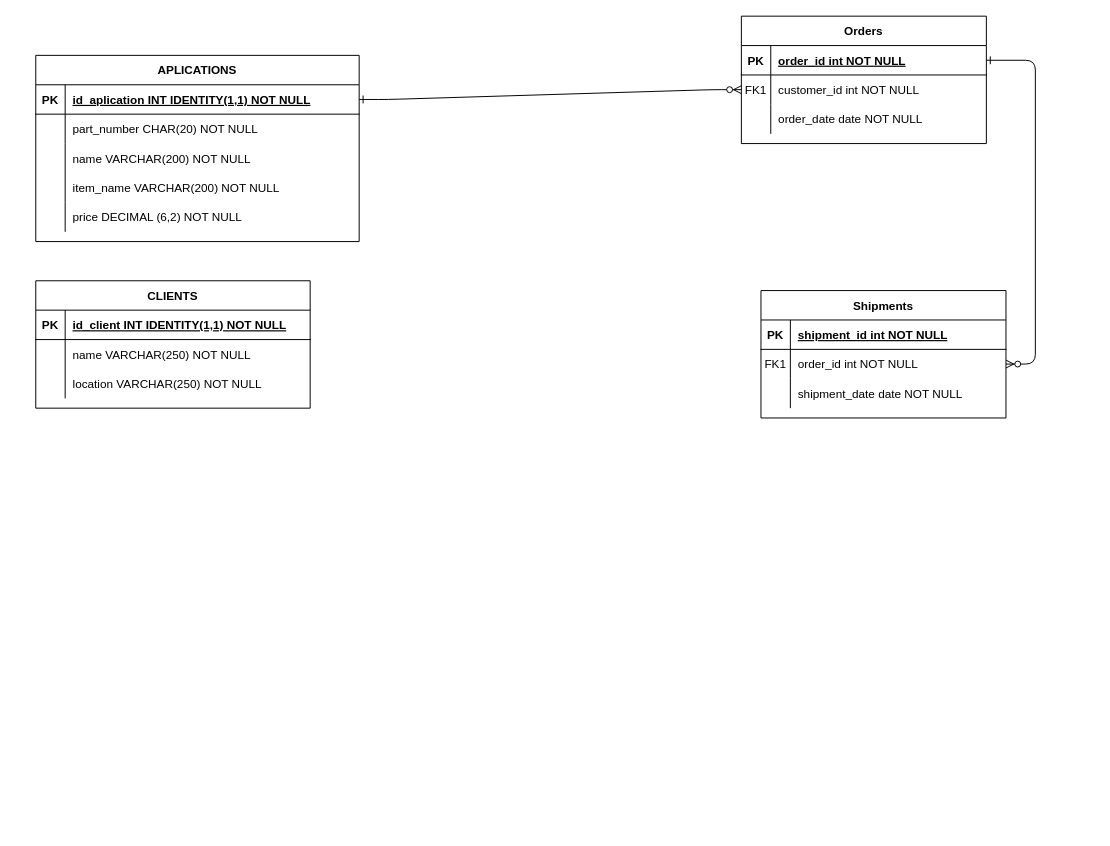
This is Diagram bez tytułu.drawio from Rascalele/Program_do_rozliczania_faktur, a draw.io file, before an edit. Source tidied: cells renumbered, new cells numbered last; positions are measured from the earlier drawing's top-left corner, leaving out a move shared by most shapes. Both pictures are drawn from the tidied source at 98%, with x=0, y=0 at pixel (35, 16).
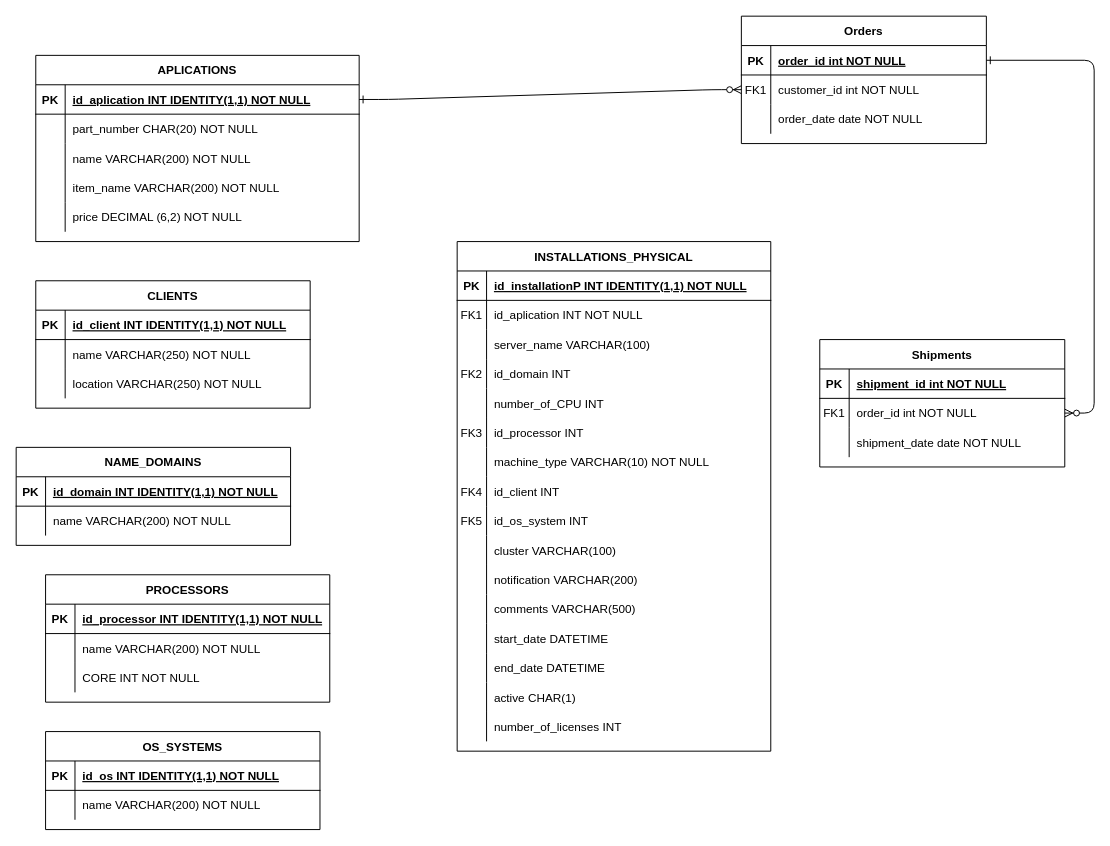
The same page after the edit.

What changed in the source:
```diff
@@
     <mxCell id="14" value="Shipments" style="shape=table;startSize=30;childLayout=tableLayout;rowLines=0;fontStyle=1;align=center;" parent="1" vertex="1">
-      <mxGeometry x="740" y="280" width="250" height="130" as="geometry" />
+      <mxGeometry x="800" y="330" width="250" height="130" as="geometry" />
     </mxCell>
@@
+    <mxCell id="50" value="NAME_DOMAINS" style="shape=table;startSize=30;childLayout=tableLayout;rowLines=0;fontStyle=1;align=center;" parent="1" vertex="1">
+      <mxGeometry x="-20" y="440" width="280" height="100" as="geometry" />
+    </mxCell>
+    <mxCell id="51" style="shape=partialRectangle;fillColor=none;top=0;left=0;right=0;bottom=1;" parent="50" vertex="1">
+      <mxGeometry y="30" width="280" height="30" as="geometry" />
+    </mxCell>
+    <mxCell id="52" value="PK" style="shape=partialRectangle;overflow=hidden;fillColor=none;top=0;left=0;bottom=0;right=0;fontStyle=1;" parent="51" vertex="1">
+      <mxGeometry width="30" height="30" as="geometry" />
+    </mxCell>
+    <mxCell id="53" value="id_domain INT IDENTITY(1,1) NOT NULL " style="shape=partialRectangle;overflow=hidden;fillColor=none;top=0;left=0;bottom=0;right=0;align=left;spacingLeft=6;fontStyle=5;" parent="51" vertex="1">
+      <mxGeometry x="30" width="250" height="30" as="geometry" />
+    </mxCell>
+    <mxCell id="54" style="shape=partialRectangle;fillColor=none;top=0;left=0;right=0;bottom=0;" parent="50" vertex="1">
+      <mxGeometry y="60" width="280" height="30" as="geometry" />
+    </mxCell>
+    <mxCell id="55" style="shape=partialRectangle;overflow=hidden;fillColor=none;top=0;left=0;bottom=0;right=0;" parent="54" vertex="1">
+      <mxGeometry width="30" height="30" as="geometry" />
+    </mxCell>
+    <mxCell id="56" value="name VARCHAR(200) NOT NULL" style="shape=partialRectangle;overflow=hidden;fillColor=none;top=0;left=0;bottom=0;right=0;align=left;spacingLeft=6;" parent="54" vertex="1">
+      <mxGeometry x="30" width="250" height="30" as="geometry" />
+    </mxCell>
+    <mxCell id="57" value="PROCESSORS" style="shape=table;startSize=30;childLayout=tableLayout;rowLines=0;fontStyle=1;align=center;" parent="1" vertex="1">
+      <mxGeometry x="10" y="570" width="290" height="130" as="geometry" />
+    </mxCell>
+    <mxCell id="58" style="shape=partialRectangle;fillColor=none;top=0;left=0;right=0;bottom=1;" parent="57" vertex="1">
+      <mxGeometry y="30" width="290" height="30" as="geometry" />
+    </mxCell>
+    <mxCell id="59" value="PK" style="shape=partialRectangle;overflow=hidden;fillColor=none;top=0;left=0;bottom=0;right=0;fontStyle=1;" parent="58" vertex="1">
+      <mxGeometry width="30" height="30" as="geometry" />
+    </mxCell>
+    <mxCell id="60" value="id_processor INT IDENTITY(1,1) NOT NULL " style="shape=partialRectangle;overflow=hidden;fillColor=none;top=0;left=0;bottom=0;right=0;align=left;spacingLeft=6;fontStyle=5;" parent="58" vertex="1">
+      <mxGeometry x="30" width="260" height="30" as="geometry" />
+    </mxCell>
+    <mxCell id="61" style="shape=partialRectangle;fillColor=none;top=0;left=0;right=0;bottom=0;" parent="57" vertex="1">
+      <mxGeometry y="60" width="290" height="30" as="geometry" />
+    </mxCell>
+    <mxCell id="62" style="shape=partialRectangle;overflow=hidden;fillColor=none;top=0;left=0;bottom=0;right=0;" parent="61" vertex="1">
+      <mxGeometry width="30" height="30" as="geometry" />
+    </mxCell>
+    <mxCell id="63" value="name VARCHAR(200) NOT NULL" style="shape=partialRectangle;overflow=hidden;fillColor=none;top=0;left=0;bottom=0;right=0;align=left;spacingLeft=6;" parent="61" vertex="1">
+      <mxGeometry x="30" width="260" height="30" as="geometry" />
+    </mxCell>
+    <mxCell id="64" style="shape=partialRectangle;fillColor=none;top=0;left=0;right=0;bottom=0;" parent="57" vertex="1">
+      <mxGeometry y="90" width="290" height="30" as="geometry" />
+    </mxCell>
+    <mxCell id="65" style="shape=partialRectangle;overflow=hidden;fillColor=none;top=0;left=0;bottom=0;right=0;" parent="64" vertex="1">
+      <mxGeometry width="30" height="30" as="geometry" />
+    </mxCell>
+    <mxCell id="66" value="CORE INT NOT NULL" style="shape=partialRectangle;overflow=hidden;fillColor=none;top=0;left=0;bottom=0;right=0;align=left;spacingLeft=6;" parent="64" vertex="1">
+      <mxGeometry x="30" width="260" height="30" as="geometry" />
+    </mxCell>
+    <mxCell id="67" value="OS_SYSTEMS" style="shape=table;startSize=30;childLayout=tableLayout;rowLines=0;fontStyle=1;align=center;" parent="1" vertex="1">
+      <mxGeometry x="10" y="730" width="280" height="100" as="geometry" />
+    </mxCell>
+    <mxCell id="68" style="shape=partialRectangle;fillColor=none;top=0;left=0;right=0;bottom=1;" parent="67" vertex="1">
+      <mxGeometry y="30" width="280" height="30" as="geometry" />
+    </mxCell>
+    <mxCell id="69" value="PK" style="shape=partialRectangle;overflow=hidden;fillColor=none;top=0;left=0;bottom=0;right=0;fontStyle=1;" parent="68" vertex="1">
+      <mxGeometry width="30" height="30" as="geometry" />
+    </mxCell>
+    <mxCell id="70" value="id_os INT IDENTITY(1,1) NOT NULL " style="shape=partialRectangle;overflow=hidden;fillColor=none;top=0;left=0;bottom=0;right=0;align=left;spacingLeft=6;fontStyle=5;" parent="68" vertex="1">
+      <mxGeometry x="30" width="250" height="30" as="geometry" />
+    </mxCell>
+    <mxCell id="71" style="shape=partialRectangle;fillColor=none;top=0;left=0;right=0;bottom=0;" parent="67" vertex="1">
+      <mxGeometry y="60" width="280" height="30" as="geometry" />
+    </mxCell>
+    <mxCell id="72" style="shape=partialRectangle;overflow=hidden;fillColor=none;top=0;left=0;bottom=0;right=0;" parent="71" vertex="1">
+      <mxGeometry width="30" height="30" as="geometry" />
+    </mxCell>
+    <mxCell id="73" value="name VARCHAR(200) NOT NULL" style="shape=partialRectangle;overflow=hidden;fillColor=none;top=0;left=0;bottom=0;right=0;align=left;spacingLeft=6;" parent="71" vertex="1">
+      <mxGeometry x="30" width="250" height="30" as="geometry" />
+    </mxCell>
+    <mxCell id="74" value="INSTALLATIONS_PHYSICAL" style="shape=table;startSize=30;childLayout=tableLayout;rowLines=0;fontStyle=1;align=center;" parent="1" vertex="1">
+      <mxGeometry x="430" y="230" width="320" height="520" as="geometry" />
+    </mxCell>
+    <mxCell id="75" style="shape=partialRectangle;fillColor=none;top=0;left=0;right=0;bottom=1;" parent="74" vertex="1">
+      <mxGeometry y="30" width="320" height="30" as="geometry" />
+    </mxCell>
+    <mxCell id="76" value="PK" style="shape=partialRectangle;overflow=hidden;fillColor=none;top=0;left=0;bottom=0;right=0;fontStyle=1;" parent="75" vertex="1">
+      <mxGeometry width="30" height="30" as="geometry" />
+    </mxCell>
+    <mxCell id="77" value="id_installationP INT IDENTITY(1,1) NOT NULL " style="shape=partialRectangle;overflow=hidden;fillColor=none;top=0;left=0;bottom=0;right=0;align=left;spacingLeft=6;fontStyle=5;" parent="75" vertex="1">
+      <mxGeometry x="30" width="290" height="30" as="geometry" />
+    </mxCell>
+    <mxCell id="78" style="shape=partialRectangle;fillColor=none;top=0;left=0;right=0;bottom=0;" parent="74" vertex="1">
+      <mxGeometry y="60" width="320" height="30" as="geometry" />
+    </mxCell>
+    <mxCell id="79" value="FK1" style="shape=partialRectangle;overflow=hidden;fillColor=none;top=0;left=0;bottom=0;right=0;" parent="78" vertex="1">
+      <mxGeometry width="30" height="30" as="geometry" />
+    </mxCell>
+    <mxCell id="80" value="id_aplication INT NOT NULL" style="shape=partialRectangle;overflow=hidden;fillColor=none;top=0;left=0;bottom=0;right=0;align=left;spacingLeft=6;" parent="78" vertex="1">
+      <mxGeometry x="30" width="290" height="30" as="geometry" />
+    </mxCell>
+    <mxCell id="81" style="shape=partialRectangle;fillColor=none;top=0;left=0;right=0;bottom=0;" parent="74" vertex="1">
+      <mxGeometry y="90" width="320" height="30" as="geometry" />
+    </mxCell>
+    <mxCell id="82" style="shape=partialRectangle;overflow=hidden;fillColor=none;top=0;left=0;bottom=0;right=0;" parent="81" vertex="1">
+      <mxGeometry width="30" height="30" as="geometry" />
+    </mxCell>
+    <mxCell id="83" value="server_name VARCHAR(100)" style="shape=partialRectangle;overflow=hidden;fillColor=none;top=0;left=0;bottom=0;right=0;align=left;spacingLeft=6;" parent="81" vertex="1">
+      <mxGeometry x="30" width="290" height="30" as="geometry" />
+    </mxCell>
+    <mxCell id="84" style="shape=partialRectangle;fillColor=none;top=0;left=0;right=0;bottom=0;" parent="74" vertex="1">
+      <mxGeometry y="120" width="320" height="30" as="geometry" />
+    </mxCell>
+    <mxCell id="85" value="FK2" style="shape=partialRectangle;overflow=hidden;fillColor=none;top=0;left=0;bottom=0;right=0;" parent="84" vertex="1">
+      <mxGeometry width="30" height="30" as="geometry" />
+    </mxCell>
+    <mxCell id="86" value="id_domain INT" style="shape=partialRectangle;overflow=hidden;fillColor=none;top=0;left=0;bottom=0;right=0;align=left;spacingLeft=6;" parent="84" vertex="1">
+      <mxGeometry x="30" width="290" height="30" as="geometry" />
+    </mxCell>
+    <mxCell id="87" style="shape=partialRectangle;fillColor=none;top=0;left=0;right=0;bottom=0;" parent="74" vertex="1">
+      <mxGeometry y="150" width="320" height="30" as="geometry" />
+    </mxCell>
+    <mxCell id="88" style="shape=partialRectangle;overflow=hidden;fillColor=none;top=0;left=0;bottom=0;right=0;" parent="87" vertex="1">
+      <mxGeometry width="30" height="30" as="geometry" />
+    </mxCell>
+    <mxCell id="89" value="number_of_CPU INT" style="shape=partialRectangle;overflow=hidden;fillColor=none;top=0;left=0;bottom=0;right=0;align=left;spacingLeft=6;" parent="87" vertex="1">
+      <mxGeometry x="30" width="290" height="30" as="geometry" />
+    </mxCell>
+    <mxCell id="90" style="shape=partialRectangle;fillColor=none;top=0;left=0;right=0;bottom=0;" parent="74" vertex="1">
+      <mxGeometry y="180" width="320" height="30" as="geometry" />
+    </mxCell>
+    <mxCell id="91" value="FK3" style="shape=partialRectangle;overflow=hidden;fillColor=none;top=0;left=0;bottom=0;right=0;" parent="90" vertex="1">
+      <mxGeometry width="30" height="30" as="geometry" />
+    </mxCell>
+    <mxCell id="92" value="id_processor INT" style="shape=partialRectangle;overflow=hidden;fillColor=none;top=0;left=0;bottom=0;right=0;align=left;spacingLeft=6;" parent="90" vertex="1">
+      <mxGeometry x="30" width="290" height="30" as="geometry" />
+    </mxCell>
+    <mxCell id="93" style="shape=partialRectangle;fillColor=none;top=0;left=0;right=0;bottom=0;" parent="74" vertex="1">
+      <mxGeometry y="210" width="320" height="30" as="geometry" />
+    </mxCell>
+    <mxCell id="94" style="shape=partialRectangle;overflow=hidden;fillColor=none;top=0;left=0;bottom=0;right=0;" parent="93" vertex="1">
+      <mxGeometry width="30" height="30" as="geometry" />
+    </mxCell>
+    <mxCell id="95" value="machine_type VARCHAR(10) NOT NULL" style="shape=partialRectangle;overflow=hidden;fillColor=none;top=0;left=0;bottom=0;right=0;align=left;spacingLeft=6;" parent="93" vertex="1">
+      <mxGeometry x="30" width="290" height="30" as="geometry" />
+    </mxCell>
+    <mxCell id="96" style="shape=partialRectangle;fillColor=none;top=0;left=0;right=0;bottom=0;" parent="74" vertex="1">
+      <mxGeometry y="240" width="320" height="30" as="geometry" />
+    </mxCell>
+    <mxCell id="97" value="FK4" style="shape=partialRectangle;overflow=hidden;fillColor=none;top=0;left=0;bottom=0;right=0;" parent="96" vertex="1">
+      <mxGeometry width="30" height="30" as="geometry" />
+    </mxCell>
+    <mxCell id="98" value="id_client INT" style="shape=partialRectangle;overflow=hidden;fillColor=none;top=0;left=0;bottom=0;right=0;align=left;spacingLeft=6;" parent="96" vertex="1">
+      <mxGeometry x="30" width="290" height="30" as="geometry" />
+    </mxCell>
+    <mxCell id="99" style="shape=partialRectangle;fillColor=none;top=0;left=0;right=0;bottom=0;" parent="74" vertex="1">
+      <mxGeometry y="270" width="320" height="30" as="geometry" />
+    </mxCell>
+    <mxCell id="100" value="FK5" style="shape=partialRectangle;overflow=hidden;fillColor=none;top=0;left=0;bottom=0;right=0;" parent="99" vertex="1">
+      <mxGeometry width="30" height="30" as="geometry" />
+    </mxCell>
+    <mxCell id="101" value="id_os_system INT" style="shape=partialRectangle;overflow=hidden;fillColor=none;top=0;left=0;bottom=0;right=0;align=left;spacingLeft=6;" parent="99" vertex="1">
+      <mxGeometry x="30" width="290" height="30" as="geometry" />
+    </mxCell>
+    <mxCell id="102" style="shape=partialRectangle;fillColor=none;top=0;left=0;right=0;bottom=0;" parent="74" vertex="1">
+      <mxGeometry y="300" width="320" height="30" as="geometry" />
+    </mxCell>
+    <mxCell id="103" style="shape=partialRectangle;overflow=hidden;fillColor=none;top=0;left=0;bottom=0;right=0;" parent="102" vertex="1">
+      <mxGeometry width="30" height="30" as="geometry" />
+    </mxCell>
+    <mxCell id="104" value="cluster VARCHAR(100)" style="shape=partialRectangle;overflow=hidden;fillColor=none;top=0;left=0;bottom=0;right=0;align=left;spacingLeft=6;" parent="102" vertex="1">
+      <mxGeometry x="30" width="290" height="30" as="geometry" />
+    </mxCell>
+    <mxCell id="105" style="shape=partialRectangle;fillColor=none;top=0;left=0;right=0;bottom=0;" parent="74" vertex="1">
+      <mxGeometry y="330" width="320" height="30" as="geometry" />
+    </mxCell>
+    <mxCell id="106" style="shape=partialRectangle;overflow=hidden;fillColor=none;top=0;left=0;bottom=0;right=0;" parent="105" vertex="1">
+      <mxGeometry width="30" height="30" as="geometry" />
+    </mxCell>
+    <mxCell id="107" value="notification VARCHAR(200)" style="shape=partialRectangle;overflow=hidden;fillColor=none;top=0;left=0;bottom=0;right=0;align=left;spacingLeft=6;" parent="105" vertex="1">
+      <mxGeometry x="30" width="290" height="30" as="geometry" />
+    </mxCell>
+    <mxCell id="108" style="shape=partialRectangle;fillColor=none;top=0;left=0;right=0;bottom=0;" parent="74" vertex="1">
+      <mxGeometry y="360" width="320" height="30" as="geometry" />
+    </mxCell>
+    <mxCell id="109" style="shape=partialRectangle;overflow=hidden;fillColor=none;top=0;left=0;bottom=0;right=0;" parent="108" vertex="1">
+      <mxGeometry width="30" height="30" as="geometry" />
+    </mxCell>
+    <mxCell id="110" value="comments VARCHAR(500)" style="shape=partialRectangle;overflow=hidden;fillColor=none;top=0;left=0;bottom=0;right=0;align=left;spacingLeft=6;" parent="108" vertex="1">
+      <mxGeometry x="30" width="290" height="30" as="geometry" />
+    </mxCell>
+    <mxCell id="111" style="shape=partialRectangle;fillColor=none;top=0;left=0;right=0;bottom=0;" parent="74" vertex="1">
+      <mxGeometry y="390" width="320" height="30" as="geometry" />
+    </mxCell>
+    <mxCell id="112" style="shape=partialRectangle;overflow=hidden;fillColor=none;top=0;left=0;bottom=0;right=0;" parent="111" vertex="1">
+      <mxGeometry width="30" height="30" as="geometry" />
+    </mxCell>
+    <mxCell id="113" value="start_date DATETIME" style="shape=partialRectangle;overflow=hidden;fillColor=none;top=0;left=0;bottom=0;right=0;align=left;spacingLeft=6;" parent="111" vertex="1">
+      <mxGeometry x="30" width="290" height="30" as="geometry" />
+    </mxCell>
+    <mxCell id="114" style="shape=partialRectangle;fillColor=none;top=0;left=0;right=0;bottom=0;" parent="74" vertex="1">
+      <mxGeometry y="420" width="320" height="30" as="geometry" />
+    </mxCell>
+    <mxCell id="115" style="shape=partialRectangle;overflow=hidden;fillColor=none;top=0;left=0;bottom=0;right=0;" parent="114" vertex="1">
+      <mxGeometry width="30" height="30" as="geometry" />
+    </mxCell>
+    <mxCell id="116" value="end_date DATETIME" style="shape=partialRectangle;overflow=hidden;fillColor=none;top=0;left=0;bottom=0;right=0;align=left;spacingLeft=6;" parent="114" vertex="1">
+      <mxGeometry x="30" width="290" height="30" as="geometry" />
+    </mxCell>
+    <mxCell id="117" style="shape=partialRectangle;fillColor=none;top=0;left=0;right=0;bottom=0;" parent="74" vertex="1">
+      <mxGeometry y="450" width="320" height="30" as="geometry" />
+    </mxCell>
+    <mxCell id="118" style="shape=partialRectangle;overflow=hidden;fillColor=none;top=0;left=0;bottom=0;right=0;" parent="117" vertex="1">
+      <mxGeometry width="30" height="30" as="geometry" />
+    </mxCell>
+    <mxCell id="119" value="active CHAR(1)" style="shape=partialRectangle;overflow=hidden;fillColor=none;top=0;left=0;bottom=0;right=0;align=left;spacingLeft=6;" parent="117" vertex="1">
+      <mxGeometry x="30" width="290" height="30" as="geometry" />
+    </mxCell>
+    <mxCell id="120" style="shape=partialRectangle;fillColor=none;top=0;left=0;right=0;bottom=0;" parent="74" vertex="1">
+      <mxGeometry y="480" width="320" height="30" as="geometry" />
+    </mxCell>
+    <mxCell id="121" style="shape=partialRectangle;overflow=hidden;fillColor=none;top=0;left=0;bottom=0;right=0;" parent="120" vertex="1">
+      <mxGeometry width="30" height="30" as="geometry" />
+    </mxCell>
+    <mxCell id="122" value="number_of_licenses INT" style="shape=partialRectangle;overflow=hidden;fillColor=none;top=0;left=0;bottom=0;right=0;align=left;spacingLeft=6;" parent="120" vertex="1">
+      <mxGeometry x="30" width="290" height="30" as="geometry" />
+    </mxCell>
```
